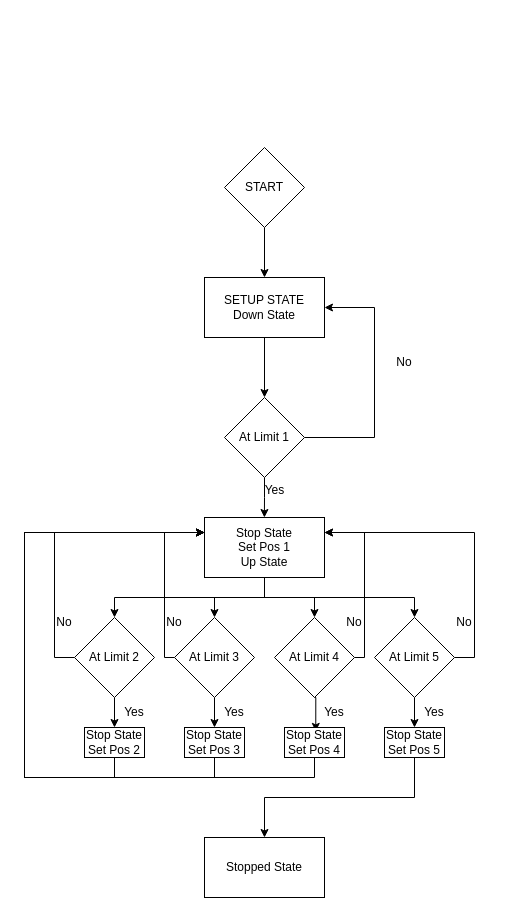
The draw.io diagram Setup State.drawio in lkw56/Elevator, before the edit. Source tidied: cells renumbered, new cells numbered last; positions are measured from the earlier drawing's top-left corner, leaving out a move shared by most shapes. Both pictures are drawn from the tidied source at 100%, with x=0, y=0 at pixel (24, 147).
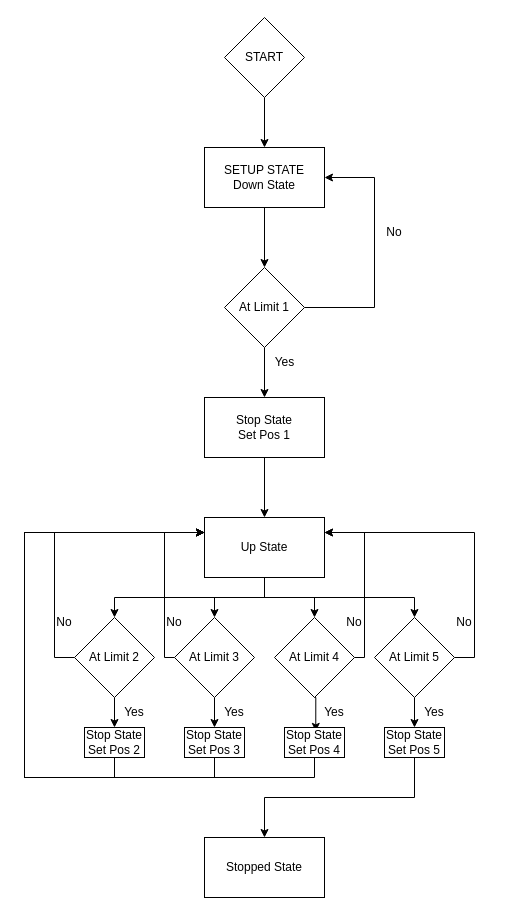
The same diagram, later.

The edit, as a diff of the source:
```diff
@@
     <mxCell id="3" value="&lt;div&gt;SETUP STATE&lt;/div&gt;Down State" style="rounded=0;whiteSpace=wrap;html=1;" parent="1" vertex="1">
-      <mxGeometry x="180" y="130" width="120" height="60" as="geometry" />
+      <mxGeometry x="180" width="120" height="60" as="geometry" />
     </mxCell>
@@
     <mxCell id="5" value="START" style="rhombus;whiteSpace=wrap;html=1;" parent="1" vertex="1">
-      <mxGeometry x="200" width="80" height="80" as="geometry" />
+      <mxGeometry x="200" y="-130" width="80" height="80" as="geometry" />
     </mxCell>
-    <mxCell id="6" style="edgeStyle=orthogonalEdgeStyle;rounded=0;jettySize=auto;html=1;exitX=0.5;exitY=1;exitDx=0;exitDy=0;" parent="1" edge="1" source="8">
-      <mxGeometry relative="1" as="geometry">
-        <mxPoint x="239.9" y="370" as="targetPoint" />
-      </mxGeometry>
-    </mxCell>
     <mxCell id="7" style="edgeStyle=orthogonalEdgeStyle;rounded=0;jettySize=auto;html=1;exitX=1;exitY=0.5;exitDx=0;exitDy=0;entryX=1;entryY=0.5;entryDx=0;entryDy=0;" parent="1" edge="1" source="8" target="3">
       <mxGeometry relative="1" as="geometry">
         <Array as="points">
-          <mxPoint x="350" y="290" />
           <mxPoint x="350" y="160" />
+          <mxPoint x="350" y="30" />
         </Array>
       </mxGeometry>
     </mxCell>
+    <mxCell id="46" style="edgeStyle=orthogonalEdgeStyle;rounded=0;jettySize=auto;html=1;exitX=0.5;exitY=1;exitDx=0;exitDy=0;entryX=0.5;entryY=0;entryDx=0;entryDy=0;" parent="1" edge="1" source="8" target="48">
+      <mxGeometry relative="1" as="geometry" />
+    </mxCell>
     <mxCell id="8" value="At Limit 1" style="rhombus;whiteSpace=wrap;html=1;" parent="1" vertex="1">
-      <mxGeometry x="200" y="250" width="80" height="80" as="geometry" />
+      <mxGeometry x="200" y="120" width="80" height="80" as="geometry" />
     </mxCell>
     <mxCell id="9" value="No" style="text;html=1;strokeColor=none;fillColor=none;align=center;verticalAlign=middle;whiteSpace=wrap;rounded=0;" parent="1" vertex="1">
-      <mxGeometry x="350" y="200" width="60" height="30" as="geometry" />
+      <mxGeometry x="340" y="70" width="60" height="30" as="geometry" />
     </mxCell>
     <mxCell id="10" value="Yes" style="text;html=1;align=center;verticalAlign=middle;strokeColor=none;fillColor=none;" parent="1" vertex="1">
-      <mxGeometry x="230" y="328" width="40" height="30" as="geometry" />
+      <mxGeometry x="240" y="200" width="40" height="30" as="geometry" />
     </mxCell>
@@
-    <mxCell id="15" value="&lt;div&gt;Stop State&lt;/div&gt;&lt;div&gt;Set Pos 1&lt;/div&gt;&lt;div&gt;Up State&lt;br&gt;&lt;/div&gt;" style="rounded=0;whiteSpace=wrap;html=1;" parent="1" vertex="1">
+    <mxCell id="15" value="Up State" style="rounded=0;whiteSpace=wrap;html=1;" parent="1" vertex="1">
       <mxGeometry x="180" y="370" width="120" height="60" as="geometry" />
     </mxCell>
@@
+    <mxCell id="47" style="edgeStyle=orthogonalEdgeStyle;rounded=0;jettySize=auto;html=1;exitX=0.5;exitY=1;exitDx=0;exitDy=0;entryX=0.5;entryY=0;entryDx=0;entryDy=0;" parent="1" edge="1" source="48" target="15">
+      <mxGeometry relative="1" as="geometry" />
+    </mxCell>
+    <mxCell id="48" value="&lt;div&gt;Stop State&lt;/div&gt;&lt;div&gt;Set Pos 1&lt;br&gt;&lt;/div&gt;" style="rounded=0;whiteSpace=wrap;html=1;" parent="1" vertex="1">
+      <mxGeometry x="180" y="250" width="120" height="60" as="geometry" />
+    </mxCell>
```
